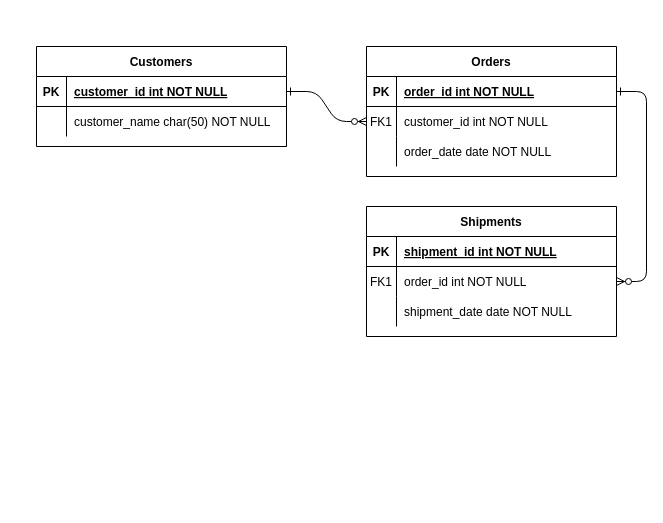
Mostafa3mad/Alx_DjangoLearnLab keeps this draw.io diagram as E_commerce_api/Untitled Diagram.drawio. Above is the earlier version. Source tidied: cells renumbered, new cells numbered last; positions are measured from the earlier drawing's top-left corner, leaving out a move shared by most shapes. Both pictures are drawn from the tidied source at 100%, with x=0, y=0 at pixel (36, 46).
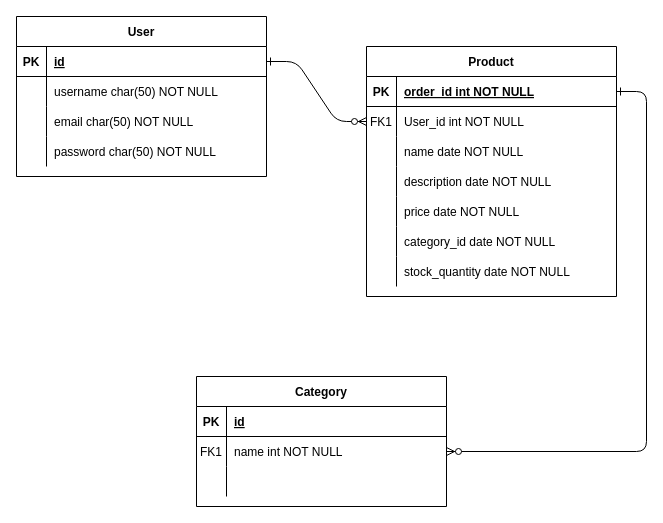
The same diagram, later.

Unchanged cells that the change refers to:
```xml
<mxCell id="8" style="shape=partialRectangle;fillColor=none;points=[[0,0.5],[1,0.5]];portConstraint=eastwest;top=0;left=0;right=0;bottom=0;" parent="4" vertex="1">
  <mxGeometry y="60" width="250" height="30" as="geometry" />
</mxCell>
<mxCell id="11" style="shape=partialRectangle;fillColor=none;top=0;left=0;right=0;bottom=0;" parent="4" vertex="1">
  <mxGeometry y="90" width="250" height="30" as="geometry" />
</mxCell>
<mxCell id="15" style="shape=partialRectangle;fillColor=none;top=0;left=0;right=0;bottom=1;" parent="14" vertex="1">
  <mxGeometry y="30" width="250" height="30" as="geometry" />
</mxCell>
<mxCell id="18" style="shape=partialRectangle;fillColor=none;points=[[0,0.5],[1,0.5]];portConstraint=eastwest;top=0;left=0;right=0;bottom=0;" parent="14" vertex="1">
  <mxGeometry y="60" width="250" height="30" as="geometry" />
</mxCell>
<mxCell id="21" style="shape=partialRectangle;fillColor=none;top=0;left=0;right=0;bottom=0;" parent="14" vertex="1">
  <mxGeometry y="90" width="250" height="30" as="geometry" />
</mxCell>
<mxCell id="25" style="shape=partialRectangle;fillColor=none;points=[[0,0.5],[1,0.5]];portConstraint=eastwest;top=0;left=0;right=0;bottom=1;" parent="24" vertex="1">
  <mxGeometry y="30" width="250" height="30" as="geometry" />
</mxCell>
<mxCell id="28" style="shape=partialRectangle;fillColor=none;top=0;left=0;right=0;bottom=0;" parent="24" vertex="1">
  <mxGeometry y="60" width="250" height="30" as="geometry" />
</mxCell>
```

Change to the diagram source:
```diff
@@
-    <mxCell id="4" value="Orders" style="shape=table;startSize=30;childLayout=tableLayout;rowLines=0;fontStyle=1;align=center;" parent="1" vertex="1">
-      <mxGeometry x="330" width="250" height="130" as="geometry" />
+    <mxCell id="4" value="Product" style="shape=table;startSize=30;childLayout=tableLayout;rowLines=0;fontStyle=1;align=center;" parent="1" vertex="1">
+      <mxGeometry x="330" width="250" height="250" as="geometry" />
     </mxCell>
@@
-    <mxCell id="10" value="customer_id int NOT NULL" style="shape=partialRectangle;overflow=hidden;fillColor=none;top=0;left=0;bottom=0;right=0;align=left;spacingLeft=6;" parent="8" vertex="1">
+    <mxCell id="10" value="User_id int NOT NULL" style="shape=partialRectangle;overflow=hidden;fillColor=none;top=0;left=0;bottom=0;right=0;align=left;spacingLeft=6;" parent="8" vertex="1">
       <mxGeometry x="30" width="220" height="30" as="geometry" />
     </mxCell>
@@
-    <mxCell id="13" value="order_date date NOT NULL" style="shape=partialRectangle;overflow=hidden;fillColor=none;top=0;left=0;bottom=0;right=0;align=left;spacingLeft=6;" parent="11" vertex="1">
+    <mxCell id="13" value="name date NOT NULL" style="shape=partialRectangle;overflow=hidden;fillColor=none;top=0;left=0;bottom=0;right=0;align=left;spacingLeft=6;" parent="11" vertex="1">
       <mxGeometry x="30" width="220" height="30" as="geometry" />
     </mxCell>
+    <mxCell id="31" style="shape=partialRectangle;fillColor=none;top=0;left=0;right=0;bottom=0;" parent="4" vertex="1">
+      <mxGeometry y="120" width="250" height="30" as="geometry" />
+    </mxCell>
+    <mxCell id="32" style="shape=partialRectangle;overflow=hidden;fillColor=none;top=0;left=0;bottom=0;right=0;" parent="31" vertex="1">
+      <mxGeometry width="30" height="30" as="geometry" />
+    </mxCell>
+    <mxCell id="33" value="description date NOT NULL" style="shape=partialRectangle;overflow=hidden;fillColor=none;top=0;left=0;bottom=0;right=0;align=left;spacingLeft=6;" parent="31" vertex="1">
+      <mxGeometry x="30" width="220" height="30" as="geometry" />
+    </mxCell>
+    <mxCell id="34" style="shape=partialRectangle;fillColor=none;top=0;left=0;right=0;bottom=0;" parent="4" vertex="1">
+      <mxGeometry y="150" width="250" height="30" as="geometry" />
+    </mxCell>
+    <mxCell id="35" style="shape=partialRectangle;overflow=hidden;fillColor=none;top=0;left=0;bottom=0;right=0;" parent="34" vertex="1">
+      <mxGeometry width="30" height="30" as="geometry" />
+    </mxCell>
+    <mxCell id="36" value="price date NOT NULL" style="shape=partialRectangle;overflow=hidden;fillColor=none;top=0;left=0;bottom=0;right=0;align=left;spacingLeft=6;" parent="34" vertex="1">
+      <mxGeometry x="30" width="220" height="30" as="geometry" />
+    </mxCell>
+    <mxCell id="37" style="shape=partialRectangle;fillColor=none;top=0;left=0;right=0;bottom=0;" parent="4" vertex="1">
+      <mxGeometry y="180" width="250" height="30" as="geometry" />
+    </mxCell>
+    <mxCell id="38" style="shape=partialRectangle;overflow=hidden;fillColor=none;top=0;left=0;bottom=0;right=0;" parent="37" vertex="1">
+      <mxGeometry width="30" height="30" as="geometry" />
+    </mxCell>
+    <mxCell id="39" value="category_id date NOT NULL" style="shape=partialRectangle;overflow=hidden;fillColor=none;top=0;left=0;bottom=0;right=0;align=left;spacingLeft=6;" parent="37" vertex="1">
+      <mxGeometry x="30" width="220" height="30" as="geometry" />
+    </mxCell>
+    <mxCell id="40" style="shape=partialRectangle;fillColor=none;top=0;left=0;right=0;bottom=0;" parent="4" vertex="1">
+      <mxGeometry y="210" width="250" height="30" as="geometry" />
+    </mxCell>
+    <mxCell id="41" style="shape=partialRectangle;overflow=hidden;fillColor=none;top=0;left=0;bottom=0;right=0;" parent="40" vertex="1">
+      <mxGeometry width="30" height="30" as="geometry" />
+    </mxCell>
+    <mxCell id="42" value="stock_quantity date NOT NULL" style="shape=partialRectangle;overflow=hidden;fillColor=none;top=0;left=0;bottom=0;right=0;align=left;spacingLeft=6;" parent="40" vertex="1">
+      <mxGeometry x="30" width="220" height="30" as="geometry" />
+    </mxCell>
-    <mxCell id="14" value="Shipments" style="shape=table;startSize=30;childLayout=tableLayout;rowLines=0;fontStyle=1;align=center;" parent="1" vertex="1">
-      <mxGeometry x="330" y="160" width="250" height="130" as="geometry" />
+    <mxCell id="14" value="Category" style="shape=table;startSize=30;childLayout=tableLayout;rowLines=0;fontStyle=1;align=center;" parent="1" vertex="1">
+      <mxGeometry x="160" y="330" width="250" height="130" as="geometry" />
     </mxCell>
@@
-    <mxCell id="17" value="shipment_id int NOT NULL " style="shape=partialRectangle;overflow=hidden;fillColor=none;top=0;left=0;bottom=0;right=0;align=left;spacingLeft=6;fontStyle=5;" parent="15" vertex="1">
+    <mxCell id="17" value="id " style="shape=partialRectangle;overflow=hidden;fillColor=none;top=0;left=0;bottom=0;right=0;align=left;spacingLeft=6;fontStyle=5;" parent="15" vertex="1">
       <mxGeometry x="30" width="220" height="30" as="geometry" />
     </mxCell>
@@
-    <mxCell id="20" value="order_id int NOT NULL" style="shape=partialRectangle;overflow=hidden;fillColor=none;top=0;left=0;bottom=0;right=0;align=left;spacingLeft=6;" parent="18" vertex="1">
+    <mxCell id="20" value="name int NOT NULL" style="shape=partialRectangle;overflow=hidden;fillColor=none;top=0;left=0;bottom=0;right=0;align=left;spacingLeft=6;" parent="18" vertex="1">
       <mxGeometry x="30" width="220" height="30" as="geometry" />
     </mxCell>
@@
-    <mxCell id="23" value="shipment_date date NOT NULL" style="shape=partialRectangle;overflow=hidden;fillColor=none;top=0;left=0;bottom=0;right=0;align=left;spacingLeft=6;" parent="21" vertex="1">
+    <mxCell id="23" style="shape=partialRectangle;overflow=hidden;fillColor=none;top=0;left=0;bottom=0;right=0;align=left;spacingLeft=6;" parent="21" vertex="1">
       <mxGeometry x="30" width="220" height="30" as="geometry" />
     </mxCell>
-    <mxCell id="24" value="Customers" style="shape=table;startSize=30;childLayout=tableLayout;rowLines=0;fontStyle=1;align=center;" parent="1" vertex="1">
-      <mxGeometry width="250" height="100" as="geometry" />
+    <mxCell id="24" value="User" style="shape=table;startSize=30;childLayout=tableLayout;rowLines=0;fontStyle=1;align=center;" parent="1" vertex="1">
+      <mxGeometry x="-20" y="-30" width="250" height="160" as="geometry" />
     </mxCell>
@@
-    <mxCell id="27" value="customer_id int NOT NULL " style="shape=partialRectangle;overflow=hidden;fillColor=none;top=0;left=0;bottom=0;right=0;align=left;spacingLeft=6;fontStyle=5;" parent="25" vertex="1">
+    <mxCell id="27" value="id" style="shape=partialRectangle;overflow=hidden;fillColor=none;top=0;left=0;bottom=0;right=0;align=left;spacingLeft=6;fontStyle=5;" parent="25" vertex="1">
       <mxGeometry x="30" width="220" height="30" as="geometry" />
     </mxCell>
@@
-    <mxCell id="30" value="customer_name char(50) NOT NULL" style="shape=partialRectangle;overflow=hidden;fillColor=none;top=0;left=0;bottom=0;right=0;align=left;spacingLeft=6;" parent="28" vertex="1">
+    <mxCell id="30" value="username char(50) NOT NULL" style="shape=partialRectangle;overflow=hidden;fillColor=none;top=0;left=0;bottom=0;right=0;align=left;spacingLeft=6;" parent="28" vertex="1">
       <mxGeometry x="30" width="220" height="30" as="geometry" />
     </mxCell>
+    <mxCell id="43" style="shape=partialRectangle;fillColor=none;top=0;left=0;right=0;bottom=0;" parent="24" vertex="1">
+      <mxGeometry y="90" width="250" height="30" as="geometry" />
+    </mxCell>
+    <mxCell id="44" style="shape=partialRectangle;overflow=hidden;fillColor=none;top=0;left=0;bottom=0;right=0;" parent="43" vertex="1">
+      <mxGeometry width="30" height="30" as="geometry" />
+    </mxCell>
+    <mxCell id="45" value="email char(50) NOT NULL" style="shape=partialRectangle;overflow=hidden;fillColor=none;top=0;left=0;bottom=0;right=0;align=left;spacingLeft=6;" parent="43" vertex="1">
+      <mxGeometry x="30" width="220" height="30" as="geometry" />
+    </mxCell>
+    <mxCell id="46" style="shape=partialRectangle;fillColor=none;top=0;left=0;right=0;bottom=0;" parent="24" vertex="1">
+      <mxGeometry y="120" width="250" height="30" as="geometry" />
+    </mxCell>
+    <mxCell id="47" style="shape=partialRectangle;overflow=hidden;fillColor=none;top=0;left=0;bottom=0;right=0;" parent="46" vertex="1">
+      <mxGeometry width="30" height="30" as="geometry" />
+    </mxCell>
+    <mxCell id="48" value="password char(50) NOT NULL" style="shape=partialRectangle;overflow=hidden;fillColor=none;top=0;left=0;bottom=0;right=0;align=left;spacingLeft=6;" parent="46" vertex="1">
+      <mxGeometry x="30" width="220" height="30" as="geometry" />
+    </mxCell>
```
